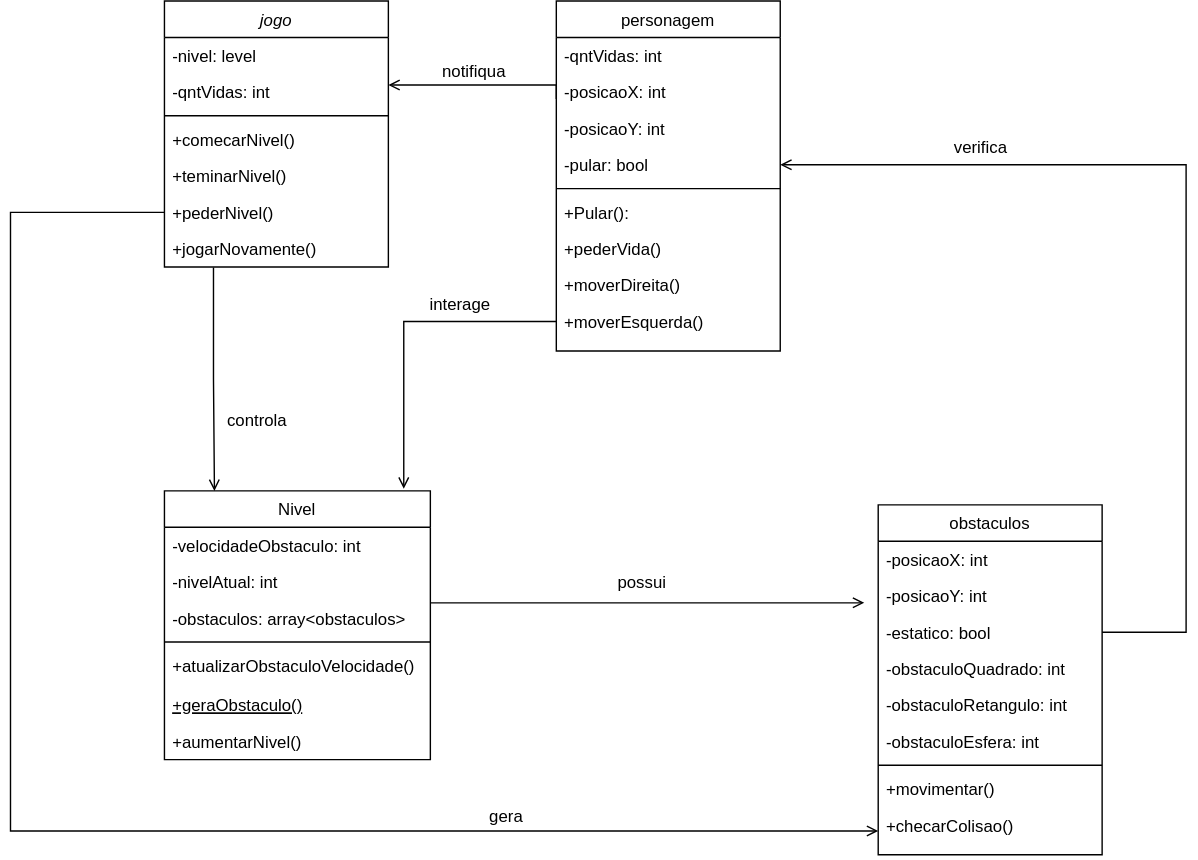
The draw.io diagram Diagramas/Diagrama de Classe Javascript.drawio.svg in KalCastro/Game_Deep, before a commit. Source tidied: cells renumbered, new cells last; positions are measured from the earlier drawing's top-left corner, leaving out a move shared by most shapes.
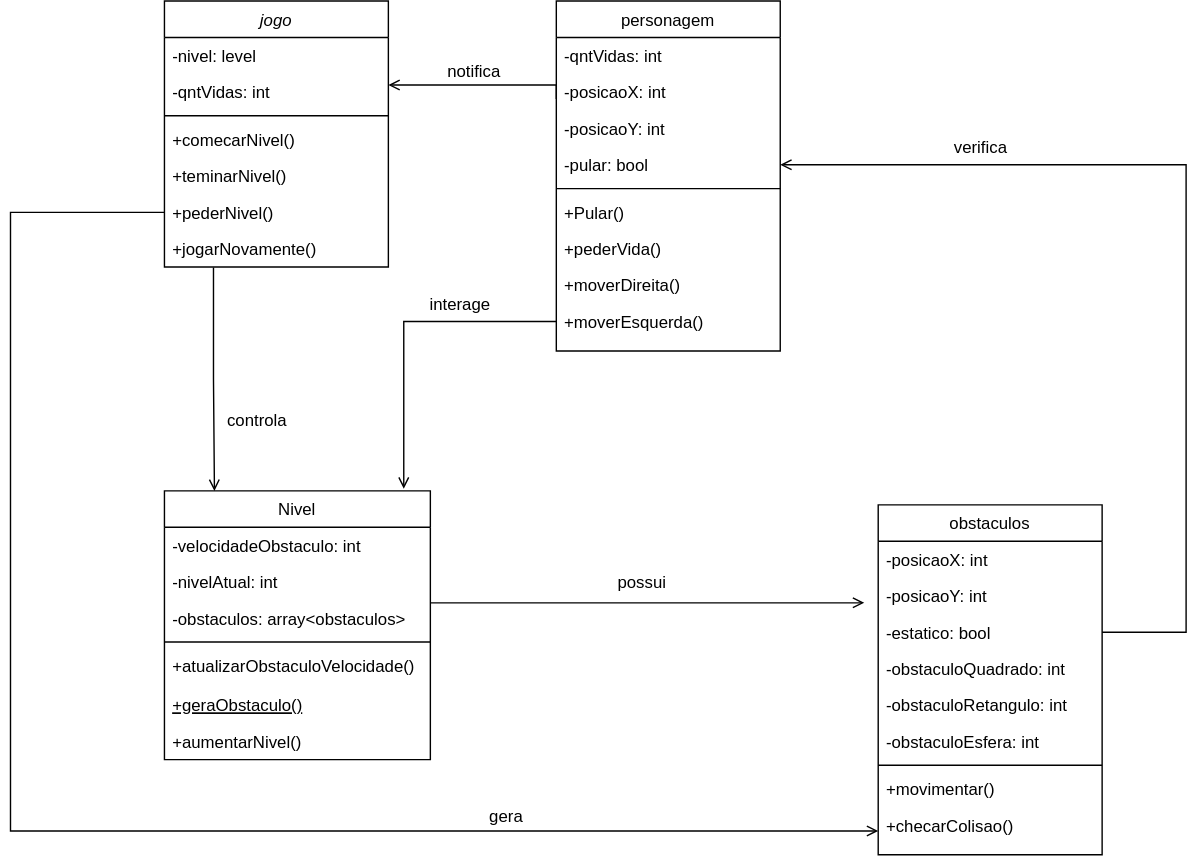
Later version of the same file.

What changed in the source:
```diff
@@ -68,7 +68,7 @@
     <mxCell id="23" style="line;html=1;strokeWidth=1;align=left;verticalAlign=middle;spacingTop=-1;spacingLeft=3;spacingRight=3;labelPosition=right;" parent="18" vertex="1">
       <mxGeometry y="130" width="160" height="8" as="geometry" />
     </mxCell>
-    <mxCell id="24" value="+Pular():" style="text;align=left;verticalAlign=top;spacingLeft=4;spacingRight=4;overflow=hidden;rounded=0;shadow=0;html=0;" parent="18" vertex="1">
+    <mxCell id="24" value="+Pular()" style="text;align=left;verticalAlign=top;spacingLeft=4;spacingRight=4;overflow=hidden;rounded=0;shadow=0;html=0;" parent="18" vertex="1">
       <mxGeometry y="138" width="160" height="26" as="geometry" />
     </mxCell>
     <mxCell id="25" value="+pederVida()" style="text;align=left;verticalAlign=top;spacingLeft=4;spacingRight=4;overflow=hidden;rounded=0;shadow=0;html=0;" parent="18" vertex="1">
@@ -90,7 +90,7 @@
         <mxPoint x="-40" y="32" as="offset" />
       </mxGeometry>
     </mxCell>
-    <mxCell id="29" value="notifiqua" style="text;html=1;align=center;verticalAlign=middle;labelBackgroundColor=none;rounded=0;shadow=0;strokeWidth=1;fontSize=12;" parent="28" vertex="1">
+    <mxCell id="29" value="notifica" style="text;html=1;align=center;verticalAlign=middle;labelBackgroundColor=none;rounded=0;shadow=0;strokeWidth=1;fontSize=12;" parent="28" vertex="1">
       <mxGeometry x="0.5" y="49" relative="1" as="geometry">
         <mxPoint x="28" y="-59" as="offset" />
       </mxGeometry>
```
